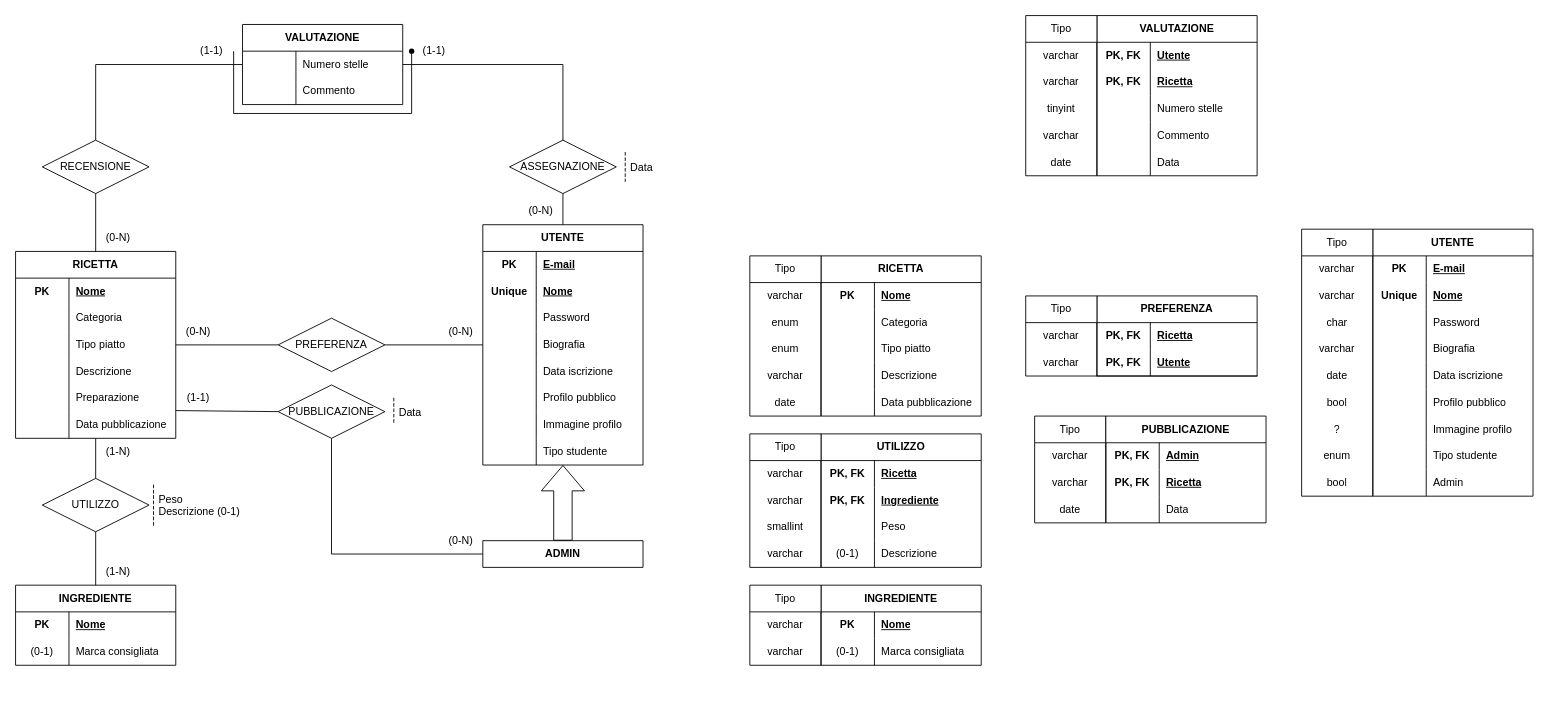
Before: DB uni-cooked.drawio in Uni-cooked/uni-cooked, a draw.io diagram. Source tidied: cells renumbered, new cells numbered last; positions are measured from the earlier drawing's top-left corner, leaving out a move shared by most shapes. Both pictures are drawn from the tidied source at 89%, with x=0, y=0 at pixel (15, 15).
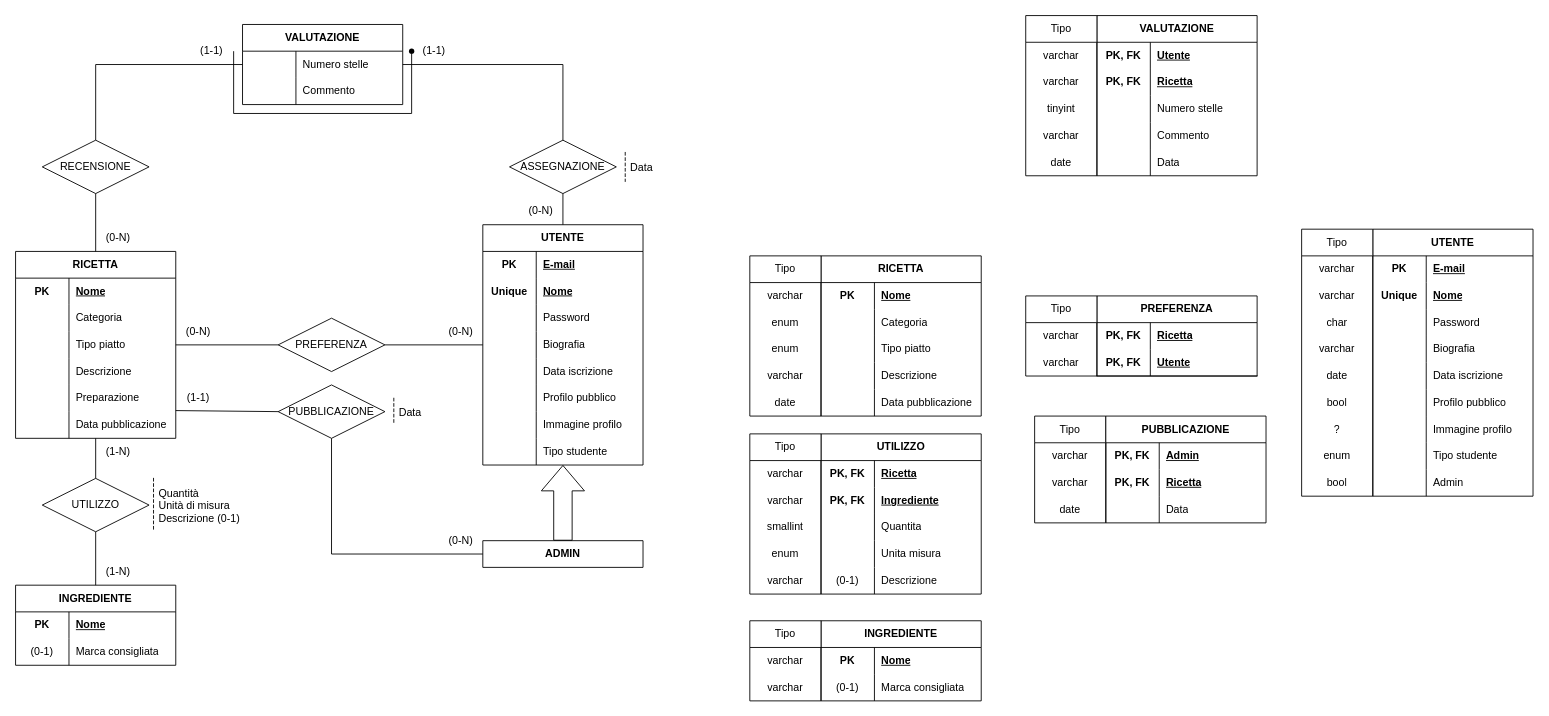
The same page after the edit.

Unchanged cells that the change refers to:
```xml
<mxCell id="160" style="shape=tableRow;horizontal=0;startSize=0;swimlaneHead=0;swimlaneBody=0;fillColor=none;top=0;left=0;right=0;bottom=0;html=1;" parent="153" vertex="1">
  <mxGeometry y="90" width="180" height="30" as="geometry" />
</mxCell>
```

Diff of the diagram source:
```diff
@@
-    <mxCell id="31" value="Peso&#10;Descrizione (0-1)" style="shape=partialRectangle;fillColor=none;align=left;verticalAlign=middle;strokeColor=none;spacingLeft=34;" parent="1" vertex="1">
-      <mxGeometry x="125" y="527.5" width="90" height="45" as="geometry" />
+    <mxCell id="31" value="Quantità&#10;Unità di misura&#10;Descrizione (0-1)" style="shape=partialRectangle;fillColor=none;align=left;verticalAlign=middle;strokeColor=none;spacingLeft=34;" parent="1" vertex="1">
+      <mxGeometry x="125" y="520" width="90" height="60" as="geometry" />
     </mxCell>
     <mxCell id="32" style="shape=partialRectangle;top=0;left=0;bottom=0;fillColor=none;stokeWidth=1;dashed=1;align=left;verticalAlign=middle;spacingLeft=4;spacingRight=4;overflow=hidden;" parent="31" vertex="1">
-      <mxGeometry width="30" height="45" as="geometry" />
+      <mxGeometry width="30" height="60" as="geometry" />
     </mxCell>
@@
     <mxCell id="102" value="INGREDIENTE" style="shape=table;startSize=30;childLayout=tableLayout;rowLines=0;fontStyle=1;align=center;html=1;whiteSpace=wrap;" parent="1" vertex="1">
-      <mxGeometry x="905" y="640" width="180" height="90" as="geometry" />
+      <mxGeometry x="905" y="680" width="180" height="90" as="geometry" />
     </mxCell>
@@
     <mxCell id="153" value="UTILIZZO" style="shape=table;startSize=30;childLayout=tableLayout;rowLines=0;fontStyle=1;align=center;html=1;whiteSpace=wrap;" parent="1" vertex="1">
-      <mxGeometry x="905" y="470" width="180" height="150" as="geometry" />
+      <mxGeometry x="905" y="470" width="180" height="180" as="geometry" />
     </mxCell>
@@
-    <mxCell id="162" value="Peso" style="shape=partialRectangle;fillColor=none;top=0;left=0;bottom=0;right=0;align=left;spacingLeft=6;overflow=hidden;html=1;whiteSpace=wrap;" parent="160" vertex="1">
+    <mxCell id="162" value="Quantita" style="shape=partialRectangle;fillColor=none;top=0;left=0;bottom=0;right=0;align=left;spacingLeft=6;overflow=hidden;html=1;whiteSpace=wrap;" parent="160" vertex="1">
       <mxGeometry x="60" width="120" height="30" as="geometry" />
     </mxCell>
+    <mxCell id="229" style="shape=tableRow;horizontal=0;startSize=0;swimlaneHead=0;swimlaneBody=0;fillColor=none;top=0;left=0;right=0;bottom=0;html=1;" parent="153" vertex="1">
+      <mxGeometry y="120" width="180" height="30" as="geometry" />
+    </mxCell>
+    <mxCell id="230" style="shape=partialRectangle;fillColor=none;top=0;left=0;bottom=0;right=0;overflow=hidden;html=1;whiteSpace=wrap;" parent="229" vertex="1">
+      <mxGeometry width="60" height="30" as="geometry" />
+    </mxCell>
+    <mxCell id="231" value="Unita misura" style="shape=partialRectangle;fillColor=none;top=0;left=0;bottom=0;right=0;align=left;spacingLeft=6;overflow=hidden;html=1;whiteSpace=wrap;" parent="229" vertex="1">
+      <mxGeometry x="60" width="120" height="30" as="geometry" />
+    </mxCell>
     <mxCell id="163" style="shape=tableRow;horizontal=0;startSize=0;swimlaneHead=0;swimlaneBody=0;fillColor=none;top=0;left=0;right=0;bottom=0;html=1;" parent="153" vertex="1">
-      <mxGeometry y="120" width="180" height="30" as="geometry" />
+      <mxGeometry y="150" width="180" height="30" as="geometry" />
     </mxCell>
@@
     <mxCell id="192" value="Tipo" style="swimlane;fontStyle=0;horizontal=1;startSize=30;whiteSpace=wrap;html=1;" parent="1" vertex="1">
-      <mxGeometry x="825" y="470" width="80" height="150" as="geometry" />
+      <mxGeometry x="825" y="470" width="80" height="180" as="geometry" />
     </mxCell>
@@
-    <mxCell id="196" value="varchar" style="text;strokeColor=none;fillColor=none;align=center;verticalAlign=middle;spacingLeft=4;spacingRight=4;overflow=hidden;whiteSpace=wrap;html=1;" parent="192" vertex="1">
+    <mxCell id="196" value="enum" style="text;strokeColor=none;fillColor=none;align=center;verticalAlign=middle;spacingLeft=4;spacingRight=4;overflow=hidden;whiteSpace=wrap;html=1;" parent="192" vertex="1">
       <mxGeometry y="120" width="80" height="30" as="geometry" />
     </mxCell>
+    <mxCell id="232" value="varchar" style="text;strokeColor=none;fillColor=none;align=center;verticalAlign=middle;spacingLeft=4;spacingRight=4;overflow=hidden;whiteSpace=wrap;html=1;" parent="192" vertex="1">
+      <mxGeometry y="150" width="80" height="30" as="geometry" />
+    </mxCell>
     <mxCell id="197" value="Tipo" style="swimlane;fontStyle=0;horizontal=1;startSize=30;whiteSpace=wrap;html=1;" parent="1" vertex="1">
-      <mxGeometry x="825" y="640" width="80" height="90" as="geometry" />
+      <mxGeometry x="825" y="680" width="80" height="90" as="geometry" />
     </mxCell>
```
